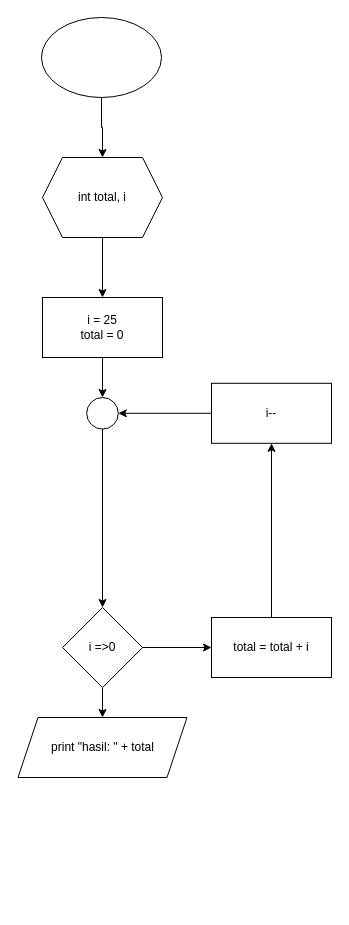
This is tuga7b.drawio from VozSoldat/Kuliah-Yes, a draw.io file, before an edit. Source tidied: cells renumbered, new cells numbered last; positions are measured from the earlier drawing's top-left corner, leaving out a move shared by most shapes. Both pictures are drawn from the tidied source at 100%, with x=0, y=0 at pixel (-9, 17).
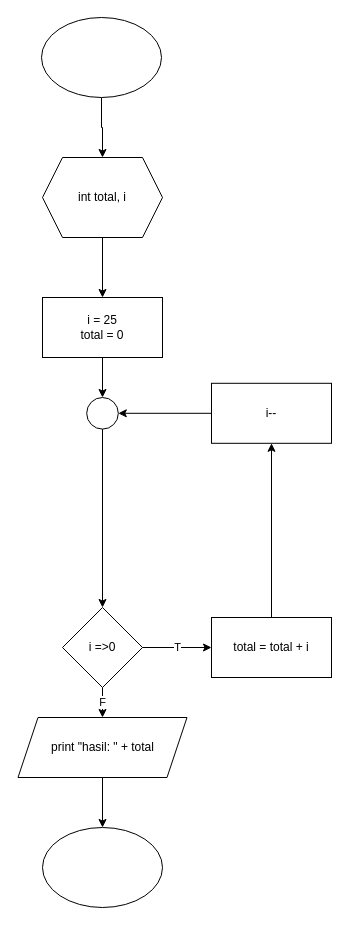
The same page after the edit.

The change refers to these unchanged cells:
```xml
<mxCell id="15" value="i =&amp;gt;0" style="rhombus;whiteSpace=wrap;html=1;" parent="1" vertex="1">
  <mxGeometry x="71" y="590" width="80" height="80" as="geometry" />
</mxCell>
<mxCell id="17" value="total = total + i" style="rounded=0;whiteSpace=wrap;html=1;" parent="1" vertex="1">
  <mxGeometry x="220" y="600" width="120" height="60" as="geometry" />
</mxCell>
<mxCell id="20" value="print &quot;hasil: &quot; + total" style="shape=parallelogram;perimeter=parallelogramPerimeter;whiteSpace=wrap;html=1;fixedSize=1;" parent="1" vertex="1">
  <mxGeometry x="26.5" y="700" width="169" height="60" as="geometry" />
</mxCell>
```

What changed in the source:
```diff
@@
-    <mxCell id="13" style="edgeStyle=orthogonalEdgeStyle;rounded=0;jettySize=auto;html=1;" parent="1" edge="1" source="15" target="17">
+    <mxCell id="13" value="T" style="edgeStyle=orthogonalEdgeStyle;rounded=0;jettySize=auto;html=1;" parent="1" edge="1" source="15" target="17">
       <mxGeometry relative="1" as="geometry" />
     </mxCell>
-    <mxCell id="14" style="edgeStyle=orthogonalEdgeStyle;rounded=0;jettySize=auto;html=1;" parent="1" edge="1" source="15" target="20">
+    <mxCell id="14" value="F" style="edgeStyle=orthogonalEdgeStyle;rounded=0;jettySize=auto;html=1;" parent="1" edge="1" source="15" target="20">
       <mxGeometry relative="1" as="geometry" />
     </mxCell>
@@
+    <mxCell id="21" style="edgeStyle=orthogonalEdgeStyle;rounded=0;jettySize=auto;html=1;" parent="1" edge="1" source="20" target="22">
+      <mxGeometry relative="1" as="geometry" />
+    </mxCell>
@@
+    <mxCell id="22" style="ellipse;whiteSpace=wrap;html=1;" parent="1" vertex="1">
+      <mxGeometry x="51" y="810" width="120" height="80" as="geometry" />
+    </mxCell>
```
